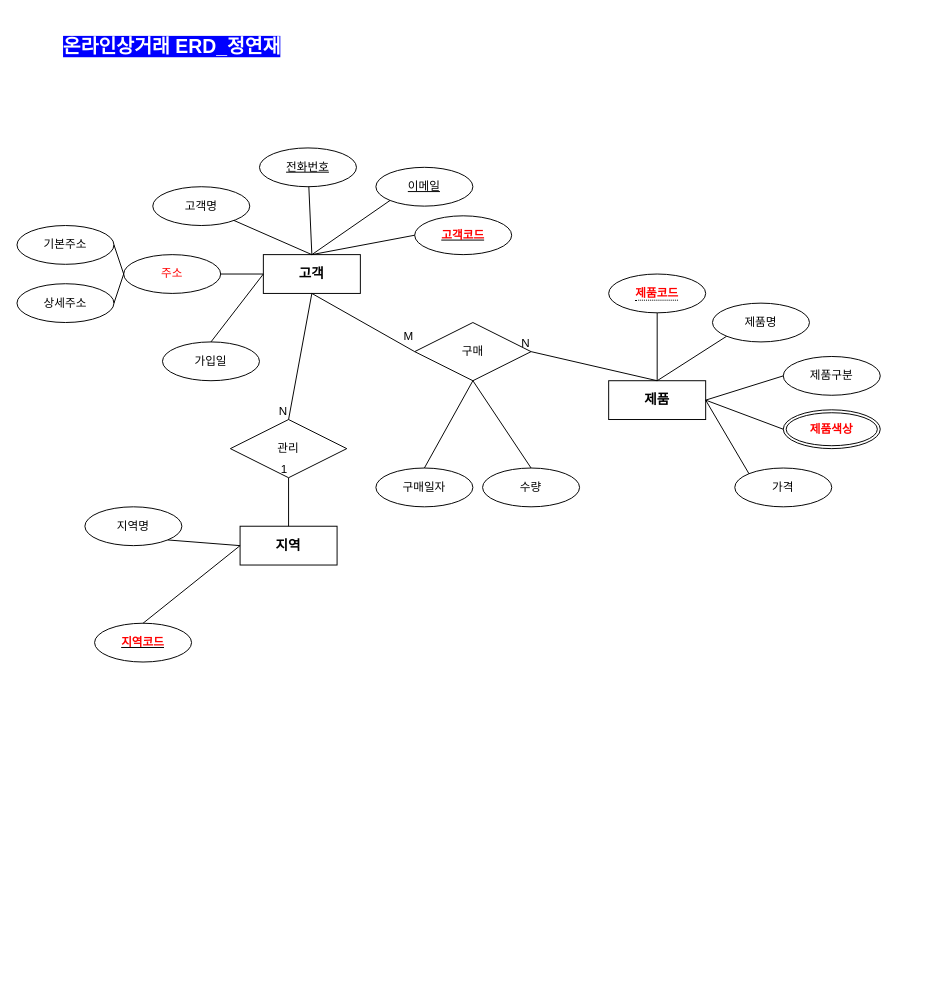
Before: product.drawio in YeonjaeMan/JavaStudy, a draw.io diagram. Source tidied: cells renumbered, new cells numbered last; positions are measured from the earlier drawing's top-left corner, leaving out a move shared by most shapes. Both pictures are drawn from the tidied source at 97%, with x=0, y=0 at pixel (16, 31).
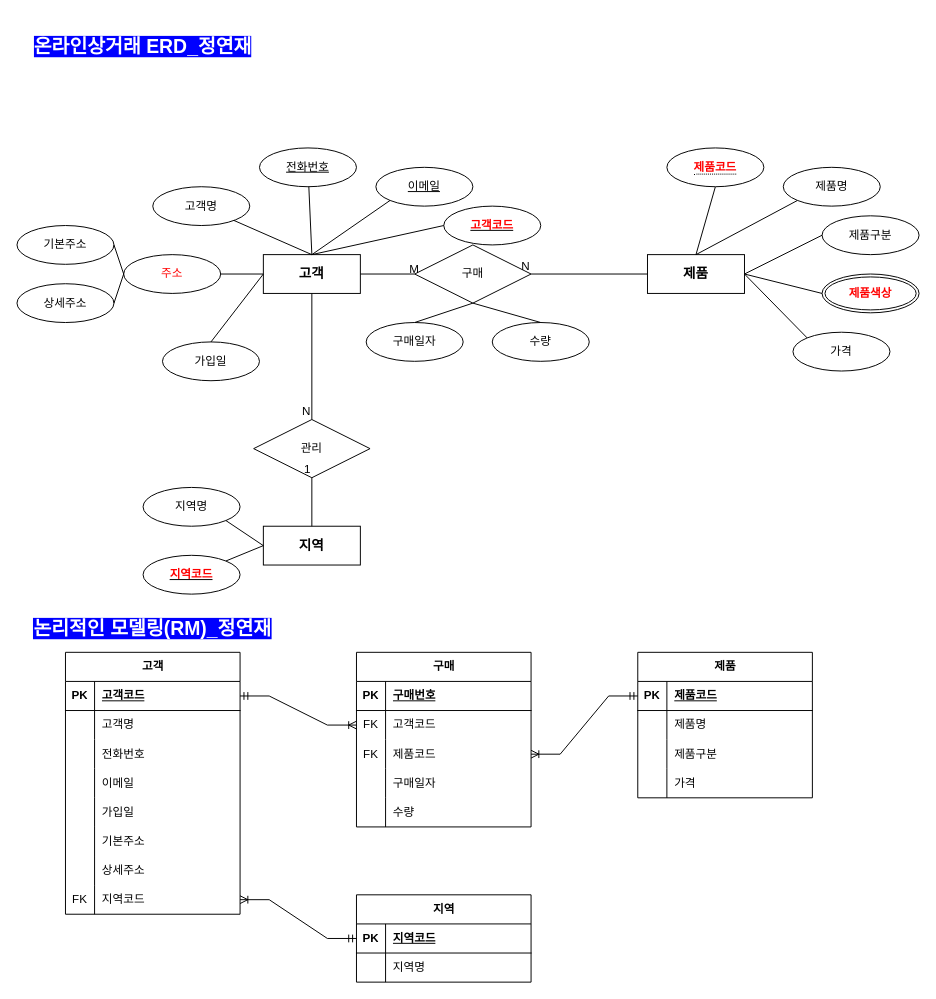
The same page after the edit.

The change refers to these unchanged cells:
```xml
<mxCell id="2" value="&lt;b&gt;&lt;font style=&quot;font-size: 14px;&quot;&gt;고객&lt;/font&gt;&lt;/b&gt;" style="whiteSpace=wrap;html=1;align=center;" parent="1" vertex="1">
  <mxGeometry x="254" y="230" width="100" height="40" as="geometry" />
</mxCell>
```

Diff of the diagram source:
```diff
@@
     <mxCell id="7" value="지역명" style="ellipse;whiteSpace=wrap;html=1;align=center;" parent="1" vertex="1">
-      <mxGeometry x="70" y="490" width="100" height="40" as="geometry" />
+      <mxGeometry x="130" y="470" width="100" height="40" as="geometry" />
     </mxCell>
     <mxCell id="8" value="제품명" style="ellipse;whiteSpace=wrap;html=1;align=center;" parent="1" vertex="1">
-      <mxGeometry x="717" y="280" width="100" height="40" as="geometry" />
+      <mxGeometry x="790" y="140" width="100" height="40" as="geometry" />
     </mxCell>
     <mxCell id="9" value="제품구분" style="ellipse;whiteSpace=wrap;html=1;align=center;" parent="1" vertex="1">
-      <mxGeometry x="790" y="335" width="100" height="40" as="geometry" />
+      <mxGeometry x="830" y="190" width="100" height="40" as="geometry" />
     </mxCell>
     <mxCell id="10" value="가격" style="ellipse;whiteSpace=wrap;html=1;align=center;" parent="1" vertex="1">
-      <mxGeometry x="740" y="450" width="100" height="40" as="geometry" />
+      <mxGeometry x="800" y="310" width="100" height="40" as="geometry" />
     </mxCell>
@@
     <mxCell id="12" value="&lt;b&gt;&lt;font style=&quot;font-size: 14px;&quot;&gt;제품&lt;/font&gt;&lt;/b&gt;" style="whiteSpace=wrap;html=1;align=center;" parent="1" vertex="1">
-      <mxGeometry x="610" y="360" width="100" height="40" as="geometry" />
+      <mxGeometry x="650" y="230" width="100" height="40" as="geometry" />
     </mxCell>
     <mxCell id="13" value="&lt;b&gt;&lt;font style=&quot;font-size: 14px;&quot;&gt;지역&lt;/font&gt;&lt;/b&gt;" style="whiteSpace=wrap;html=1;align=center;" parent="1" vertex="1">
-      <mxGeometry x="230" y="510" width="100" height="40" as="geometry" />
+      <mxGeometry x="254" y="510" width="100" height="40" as="geometry" />
     </mxCell>
@@
     <mxCell id="16" value="&lt;font color=&quot;#ff0000&quot;&gt;&lt;b&gt;고객코드&lt;/b&gt;&lt;/font&gt;" style="ellipse;whiteSpace=wrap;html=1;align=center;fontStyle=4;" parent="1" vertex="1">
-      <mxGeometry x="410" y="190" width="100" height="40" as="geometry" />
+      <mxGeometry x="440" y="180" width="100" height="40" as="geometry" />
     </mxCell>
     <mxCell id="17" value="&lt;font color=&quot;#ff0000&quot;&gt;&lt;b&gt;지역코드&lt;/b&gt;&lt;/font&gt;" style="ellipse;whiteSpace=wrap;html=1;align=center;fontStyle=4;" parent="1" vertex="1">
-      <mxGeometry x="80" y="610" width="100" height="40" as="geometry" />
+      <mxGeometry x="130" y="540" width="100" height="40" as="geometry" />
     </mxCell>
     <mxCell id="18" value="&lt;font color=&quot;#ff0000&quot;&gt;&lt;b&gt;제품색상&lt;/b&gt;&lt;/font&gt;" style="ellipse;shape=doubleEllipse;margin=3;whiteSpace=wrap;html=1;align=center;" parent="1" vertex="1">
-      <mxGeometry x="790" y="390" width="100" height="40" as="geometry" />
+      <mxGeometry x="830" y="250" width="100" height="40" as="geometry" />
     </mxCell>
@@
-    <mxCell id="28" style="endArrow=none;html=1;rounded=0;entryX=0;entryY=0.5;entryDx=0;entryDy=0;exitX=0.5;exitY=0;exitDx=0;exitDy=0;" parent="1" edge="1" source="17" target="13">
+    <mxCell id="28" style="endArrow=none;html=1;rounded=0;entryX=0;entryY=0.5;entryDx=0;entryDy=0;exitX=1;exitY=0;exitDx=0;exitDy=0;" parent="1" edge="1" source="17" target="13">
       <mxGeometry relative="1" as="geometry" />
     </mxCell>
@@
     <mxCell id="34" value="&lt;span style=&quot;border-bottom: 1px dotted&quot;&gt;&lt;font color=&quot;#ff0000&quot;&gt;&lt;b&gt;제품코드&lt;/b&gt;&lt;/font&gt;&lt;/span&gt;" style="ellipse;whiteSpace=wrap;html=1;align=center;" parent="1" vertex="1">
-      <mxGeometry x="610" y="250" width="100" height="40" as="geometry" />
+      <mxGeometry x="670" y="120" width="100" height="40" as="geometry" />
     </mxCell>
     <mxCell id="35" value="관리" style="shape=rhombus;perimeter=rhombusPerimeter;whiteSpace=wrap;html=1;align=center;" parent="1" vertex="1">
-      <mxGeometry x="220" y="400" width="120" height="60" as="geometry" />
+      <mxGeometry x="244" y="400" width="120" height="60" as="geometry" />
     </mxCell>
     <mxCell id="36" value="구매" style="shape=rhombus;perimeter=rhombusPerimeter;whiteSpace=wrap;html=1;align=center;" parent="1" vertex="1">
-      <mxGeometry x="410" y="300" width="120" height="60" as="geometry" />
+      <mxGeometry x="410" y="220" width="120" height="60" as="geometry" />
     </mxCell>
     <mxCell id="37" value="수량" style="ellipse;whiteSpace=wrap;html=1;align=center;" parent="1" vertex="1">
-      <mxGeometry x="480" y="450" width="100" height="40" as="geometry" />
+      <mxGeometry x="490" y="300" width="100" height="40" as="geometry" />
     </mxCell>
     <mxCell id="38" value="구매일자" style="ellipse;whiteSpace=wrap;html=1;align=center;" parent="1" vertex="1">
-      <mxGeometry x="370" y="450" width="100" height="40" as="geometry" />
+      <mxGeometry x="360" y="300" width="100" height="40" as="geometry" />
     </mxCell>
@@
-    <mxCell id="45" style="endArrow=none;html=1;rounded=0;entryX=1;entryY=0.5;entryDx=0;entryDy=0;exitX=0.5;exitY=0;exitDx=0;exitDy=0;" parent="1" edge="1" source="12" target="36">
+    <mxCell id="45" style="endArrow=none;html=1;rounded=0;entryX=1;entryY=0.5;entryDx=0;entryDy=0;exitX=0;exitY=0.5;exitDx=0;exitDy=0;" parent="1" edge="1" source="12" target="36">
       <mxGeometry relative="1" as="geometry" />
     </mxCell>
@@
-    <mxCell id="47" style="endArrow=none;html=1;rounded=0;entryX=0;entryY=0.5;entryDx=0;entryDy=0;exitX=0.5;exitY=1;exitDx=0;exitDy=0;" parent="1" edge="1" source="2" target="36">
+    <mxCell id="47" style="endArrow=none;html=1;rounded=0;entryX=0;entryY=0.5;entryDx=0;entryDy=0;exitX=1;exitY=0.5;exitDx=0;exitDy=0;" parent="1" edge="1" source="2" target="36">
       <mxGeometry relative="1" as="geometry" />
     </mxCell>
     <mxCell id="48" value="M" style="text;html=1;strokeColor=none;fillColor=none;align=center;verticalAlign=middle;whiteSpace=wrap;rounded=0;" parent="1" vertex="1">
-      <mxGeometry x="374" y="300" width="60" height="30" as="geometry" />
+      <mxGeometry x="380" y="230" width="60" height="30" as="geometry" />
     </mxCell>
     <mxCell id="49" value="&lt;h1&gt;&lt;b&gt;&lt;font color=&quot;#ffffff&quot; style=&quot;font-size: 20px; background-color: rgb(0, 0, 255);&quot;&gt;온라인상거래 ERD_정연재&lt;/font&gt;&lt;/b&gt;&lt;/h1&gt;" style="text;html=1;strokeColor=none;fillColor=none;align=center;verticalAlign=middle;whiteSpace=wrap;rounded=0;" parent="1" vertex="1">
-      <mxGeometry x="30" width="260" height="30" as="geometry" />
+      <mxGeometry width="260" height="30" as="geometry" />
     </mxCell>
+    <mxCell id="50" value="고객" style="shape=table;startSize=30;childLayout=tableLayout;rowLines=0;fontStyle=1;align=center;html=1;" parent="1" vertex="1">
+      <mxGeometry x="50" y="640" width="180" height="270" as="geometry" />
+    </mxCell>
+    <mxCell id="51" style="shape=tableRow;horizontal=0;startSize=0;swimlaneHead=0;swimlaneBody=0;fillColor=none;points=[[0,0.5],[1,0.5]];portConstraint=eastwest;top=0;left=0;right=0;bottom=1;" parent="50" vertex="1">
+      <mxGeometry y="30" width="180" height="30" as="geometry" />
+    </mxCell>
+    <mxCell id="52" value="PK" style="shape=partialRectangle;fillColor=none;top=0;left=0;bottom=0;right=0;fontStyle=1;overflow=hidden;whiteSpace=wrap;html=1;" parent="51" vertex="1">
+      <mxGeometry width="30" height="30" as="geometry" />
+    </mxCell>
+    <mxCell id="53" value="고객코드" style="shape=partialRectangle;fillColor=none;top=0;left=0;bottom=0;right=0;align=left;spacingLeft=6;fontStyle=5;overflow=hidden;whiteSpace=wrap;html=1;" parent="51" vertex="1">
+      <mxGeometry x="30" width="150" height="30" as="geometry" />
+    </mxCell>
+    <mxCell id="54" style="shape=tableRow;horizontal=0;startSize=0;swimlaneHead=0;swimlaneBody=0;fillColor=none;top=0;left=0;right=0;bottom=0;" parent="50" vertex="1">
+      <mxGeometry y="60" width="180" height="30" as="geometry" />
+    </mxCell>
+    <mxCell id="55" style="shape=partialRectangle;fillColor=none;top=0;left=0;bottom=0;right=0;overflow=hidden;whiteSpace=wrap;html=1;" parent="54" vertex="1">
+      <mxGeometry width="30" height="30" as="geometry" />
+    </mxCell>
+    <mxCell id="56" value="고객명" style="shape=partialRectangle;fillColor=none;top=0;left=0;bottom=0;right=0;align=left;spacingLeft=6;overflow=hidden;whiteSpace=wrap;html=1;" parent="54" vertex="1">
+      <mxGeometry x="30" width="150" height="30" as="geometry" />
+    </mxCell>
+    <mxCell id="57" style="shape=tableRow;horizontal=0;startSize=0;swimlaneHead=0;swimlaneBody=0;fillColor=none;top=0;left=0;right=0;bottom=0;" parent="50" vertex="1">
+      <mxGeometry y="90" width="180" height="30" as="geometry" />
+    </mxCell>
+    <mxCell id="58" style="shape=partialRectangle;fillColor=none;top=0;left=0;bottom=0;right=0;overflow=hidden;whiteSpace=wrap;html=1;" parent="57" vertex="1">
+      <mxGeometry width="30" height="30" as="geometry" />
+    </mxCell>
+    <mxCell id="59" value="전화번호" style="shape=partialRectangle;fillColor=none;top=0;left=0;bottom=0;right=0;align=left;spacingLeft=6;overflow=hidden;whiteSpace=wrap;html=1;" parent="57" vertex="1">
+      <mxGeometry x="30" width="150" height="30" as="geometry" />
+    </mxCell>
+    <mxCell id="60" style="shape=tableRow;horizontal=0;startSize=0;swimlaneHead=0;swimlaneBody=0;fillColor=none;top=0;left=0;right=0;bottom=0;" parent="50" vertex="1">
+      <mxGeometry y="120" width="180" height="30" as="geometry" />
+    </mxCell>
+    <mxCell id="61" style="shape=partialRectangle;fillColor=none;top=0;left=0;bottom=0;right=0;overflow=hidden;whiteSpace=wrap;html=1;" parent="60" vertex="1">
+      <mxGeometry width="30" height="30" as="geometry" />
+    </mxCell>
+    <mxCell id="62" value="이메일" style="shape=partialRectangle;fillColor=none;top=0;left=0;bottom=0;right=0;align=left;spacingLeft=6;overflow=hidden;whiteSpace=wrap;html=1;" parent="60" vertex="1">
+      <mxGeometry x="30" width="150" height="30" as="geometry" />
+    </mxCell>
+    <mxCell id="63" style="shape=tableRow;horizontal=0;startSize=0;swimlaneHead=0;swimlaneBody=0;fillColor=none;top=0;left=0;right=0;bottom=0;" parent="50" vertex="1">
+      <mxGeometry y="150" width="180" height="30" as="geometry" />
+    </mxCell>
+    <mxCell id="64" style="shape=partialRectangle;fillColor=none;top=0;left=0;bottom=0;right=0;overflow=hidden;whiteSpace=wrap;html=1;" parent="63" vertex="1">
+      <mxGeometry width="30" height="30" as="geometry" />
+    </mxCell>
+    <mxCell id="65" value="가입일" style="shape=partialRectangle;fillColor=none;top=0;left=0;bottom=0;right=0;align=left;spacingLeft=6;overflow=hidden;whiteSpace=wrap;html=1;" parent="63" vertex="1">
+      <mxGeometry x="30" width="150" height="30" as="geometry" />
+    </mxCell>
+    <mxCell id="66" style="shape=tableRow;horizontal=0;startSize=0;swimlaneHead=0;swimlaneBody=0;fillColor=none;top=0;left=0;right=0;bottom=0;" parent="50" vertex="1">
+      <mxGeometry y="180" width="180" height="30" as="geometry" />
+    </mxCell>
+    <mxCell id="67" style="shape=partialRectangle;fillColor=none;top=0;left=0;bottom=0;right=0;overflow=hidden;whiteSpace=wrap;html=1;" parent="66" vertex="1">
+      <mxGeometry width="30" height="30" as="geometry" />
+    </mxCell>
+    <mxCell id="68" value="기본주소" style="shape=partialRectangle;fillColor=none;top=0;left=0;bottom=0;right=0;align=left;spacingLeft=6;overflow=hidden;whiteSpace=wrap;html=1;" parent="66" vertex="1">
+      <mxGeometry x="30" width="150" height="30" as="geometry" />
+    </mxCell>
+    <mxCell id="69" style="shape=tableRow;horizontal=0;startSize=0;swimlaneHead=0;swimlaneBody=0;fillColor=none;top=0;left=0;right=0;bottom=0;" parent="50" vertex="1">
+      <mxGeometry y="210" width="180" height="30" as="geometry" />
+    </mxCell>
+    <mxCell id="70" style="shape=partialRectangle;fillColor=none;top=0;left=0;bottom=0;right=0;overflow=hidden;whiteSpace=wrap;html=1;" parent="69" vertex="1">
+      <mxGeometry width="30" height="30" as="geometry" />
+    </mxCell>
+    <mxCell id="71" value="상세주소" style="shape=partialRectangle;fillColor=none;top=0;left=0;bottom=0;right=0;align=left;spacingLeft=6;overflow=hidden;whiteSpace=wrap;html=1;" parent="69" vertex="1">
+      <mxGeometry x="30" width="150" height="30" as="geometry" />
+    </mxCell>
+    <mxCell id="72" style="shape=tableRow;horizontal=0;startSize=0;swimlaneHead=0;swimlaneBody=0;fillColor=none;points=[[0,0.5],[1,0.5]];portConstraint=eastwest;top=0;left=0;right=0;bottom=0;" parent="50" vertex="1">
+      <mxGeometry y="240" width="180" height="30" as="geometry" />
+    </mxCell>
+    <mxCell id="73" value="FK" style="shape=partialRectangle;fillColor=none;top=0;left=0;bottom=0;right=0;overflow=hidden;whiteSpace=wrap;html=1;" parent="72" vertex="1">
+      <mxGeometry width="30" height="30" as="geometry" />
+    </mxCell>
+    <mxCell id="74" value="지역코드" style="shape=partialRectangle;fillColor=none;top=0;left=0;bottom=0;right=0;align=left;spacingLeft=6;overflow=hidden;whiteSpace=wrap;html=1;" parent="72" vertex="1">
+      <mxGeometry x="30" width="150" height="30" as="geometry" />
+    </mxCell>
+    <mxCell id="75" value="제품" style="shape=table;startSize=30;childLayout=tableLayout;rowLines=0;fontStyle=1;align=center;html=1;" parent="1" vertex="1">
+      <mxGeometry x="640" y="640" width="180" height="150" as="geometry" />
+    </mxCell>
+    <mxCell id="76" style="shape=tableRow;horizontal=0;startSize=0;swimlaneHead=0;swimlaneBody=0;fillColor=none;points=[[0,0.5],[1,0.5]];portConstraint=eastwest;top=0;left=0;right=0;bottom=1;" parent="75" vertex="1">
+      <mxGeometry y="30" width="180" height="30" as="geometry" />
+    </mxCell>
+    <mxCell id="77" value="PK" style="shape=partialRectangle;fillColor=none;top=0;left=0;bottom=0;right=0;fontStyle=1;overflow=hidden;whiteSpace=wrap;html=1;" parent="76" vertex="1">
+      <mxGeometry width="30" height="30" as="geometry" />
+    </mxCell>
+    <mxCell id="78" value="제품코드" style="shape=partialRectangle;fillColor=none;top=0;left=0;bottom=0;right=0;align=left;spacingLeft=6;fontStyle=5;overflow=hidden;whiteSpace=wrap;html=1;" parent="76" vertex="1">
+      <mxGeometry x="30" width="150" height="30" as="geometry" />
+    </mxCell>
+    <mxCell id="79" style="shape=tableRow;horizontal=0;startSize=0;swimlaneHead=0;swimlaneBody=0;fillColor=none;top=0;left=0;right=0;bottom=0;" parent="75" vertex="1">
+      <mxGeometry y="60" width="180" height="30" as="geometry" />
+    </mxCell>
+    <mxCell id="80" style="shape=partialRectangle;fillColor=none;top=0;left=0;bottom=0;right=0;overflow=hidden;whiteSpace=wrap;html=1;" parent="79" vertex="1">
+      <mxGeometry width="30" height="30" as="geometry" />
+    </mxCell>
+    <mxCell id="81" value="제품명" style="shape=partialRectangle;fillColor=none;top=0;left=0;bottom=0;right=0;align=left;spacingLeft=6;overflow=hidden;whiteSpace=wrap;html=1;" parent="79" vertex="1">
+      <mxGeometry x="30" width="150" height="30" as="geometry" />
+    </mxCell>
+    <mxCell id="82" style="shape=tableRow;horizontal=0;startSize=0;swimlaneHead=0;swimlaneBody=0;fillColor=none;top=0;left=0;right=0;bottom=0;" parent="75" vertex="1">
+      <mxGeometry y="90" width="180" height="30" as="geometry" />
+    </mxCell>
+    <mxCell id="83" style="shape=partialRectangle;fillColor=none;top=0;left=0;bottom=0;right=0;overflow=hidden;whiteSpace=wrap;html=1;" parent="82" vertex="1">
+      <mxGeometry width="30" height="30" as="geometry" />
+    </mxCell>
+    <mxCell id="84" value="제품구분" style="shape=partialRectangle;fillColor=none;top=0;left=0;bottom=0;right=0;align=left;spacingLeft=6;overflow=hidden;whiteSpace=wrap;html=1;" parent="82" vertex="1">
+      <mxGeometry x="30" width="150" height="30" as="geometry" />
+    </mxCell>
+    <mxCell id="85" style="shape=tableRow;horizontal=0;startSize=0;swimlaneHead=0;swimlaneBody=0;fillColor=none;top=0;left=0;right=0;bottom=0;" parent="75" vertex="1">
+      <mxGeometry y="120" width="180" height="30" as="geometry" />
+    </mxCell>
+    <mxCell id="86" style="shape=partialRectangle;fillColor=none;top=0;left=0;bottom=0;right=0;overflow=hidden;whiteSpace=wrap;html=1;" parent="85" vertex="1">
+      <mxGeometry width="30" height="30" as="geometry" />
+    </mxCell>
+    <mxCell id="87" value="가격" style="shape=partialRectangle;fillColor=none;top=0;left=0;bottom=0;right=0;align=left;spacingLeft=6;overflow=hidden;whiteSpace=wrap;html=1;" parent="85" vertex="1">
+      <mxGeometry x="30" width="150" height="30" as="geometry" />
+    </mxCell>
+    <mxCell id="88" value="지역" style="shape=table;startSize=30;childLayout=tableLayout;rowLines=0;fontStyle=1;align=center;html=1;" parent="1" vertex="1">
+      <mxGeometry x="350" y="890" width="180" height="90" as="geometry" />
+    </mxCell>
+    <mxCell id="89" style="shape=tableRow;horizontal=0;startSize=0;swimlaneHead=0;swimlaneBody=0;fillColor=none;points=[[0,0.5],[1,0.5]];portConstraint=eastwest;top=0;left=0;right=0;bottom=1;" parent="88" vertex="1">
+      <mxGeometry y="30" width="180" height="30" as="geometry" />
+    </mxCell>
+    <mxCell id="90" value="PK" style="shape=partialRectangle;fillColor=none;top=0;left=0;bottom=0;right=0;fontStyle=1;overflow=hidden;whiteSpace=wrap;html=1;" parent="89" vertex="1">
+      <mxGeometry width="30" height="30" as="geometry" />
+    </mxCell>
+    <mxCell id="91" value="지역코드" style="shape=partialRectangle;fillColor=none;top=0;left=0;bottom=0;right=0;align=left;spacingLeft=6;fontStyle=5;overflow=hidden;whiteSpace=wrap;html=1;" parent="89" vertex="1">
+      <mxGeometry x="30" width="150" height="30" as="geometry" />
+    </mxCell>
+    <mxCell id="92" style="shape=tableRow;horizontal=0;startSize=0;swimlaneHead=0;swimlaneBody=0;fillColor=none;top=0;left=0;right=0;bottom=0;" parent="88" vertex="1">
+      <mxGeometry y="60" width="180" height="30" as="geometry" />
+    </mxCell>
+    <mxCell id="93" style="shape=partialRectangle;fillColor=none;top=0;left=0;bottom=0;right=0;overflow=hidden;whiteSpace=wrap;html=1;" parent="92" vertex="1">
+      <mxGeometry width="30" height="30" as="geometry" />
+    </mxCell>
+    <mxCell id="94" value="지역명" style="shape=partialRectangle;fillColor=none;top=0;left=0;bottom=0;right=0;align=left;spacingLeft=6;overflow=hidden;whiteSpace=wrap;html=1;" parent="92" vertex="1">
+      <mxGeometry x="30" width="150" height="30" as="geometry" />
+    </mxCell>
+    <mxCell id="95" value="구매" style="shape=table;startSize=30;childLayout=tableLayout;rowLines=0;fontStyle=1;align=center;html=1;" parent="1" vertex="1">
+      <mxGeometry x="350" y="640" width="180" height="180" as="geometry" />
+    </mxCell>
+    <mxCell id="96" style="shape=tableRow;horizontal=0;startSize=0;swimlaneHead=0;swimlaneBody=0;fillColor=none;top=0;left=0;right=0;bottom=1;" parent="95" vertex="1">
+      <mxGeometry y="30" width="180" height="30" as="geometry" />
+    </mxCell>
+    <mxCell id="97" value="PK" style="shape=partialRectangle;fillColor=none;top=0;left=0;bottom=0;right=0;fontStyle=1;overflow=hidden;whiteSpace=wrap;html=1;" parent="96" vertex="1">
+      <mxGeometry width="30" height="30" as="geometry" />
+    </mxCell>
+    <mxCell id="98" value="구매번호" style="shape=partialRectangle;fillColor=none;top=0;left=0;bottom=0;right=0;align=left;spacingLeft=6;fontStyle=5;overflow=hidden;whiteSpace=wrap;html=1;" parent="96" vertex="1">
+      <mxGeometry x="30" width="150" height="30" as="geometry" />
+    </mxCell>
+    <mxCell id="99" style="shape=tableRow;horizontal=0;startSize=0;swimlaneHead=0;swimlaneBody=0;fillColor=none;points=[[0,0.5],[1,0.5]];portConstraint=eastwest;top=0;left=0;right=0;bottom=0;" parent="95" vertex="1">
+      <mxGeometry y="60" width="180" height="30" as="geometry" />
+    </mxCell>
+    <mxCell id="100" value="FK" style="shape=partialRectangle;fillColor=none;top=0;left=0;bottom=0;right=0;overflow=hidden;whiteSpace=wrap;html=1;" parent="99" vertex="1">
+      <mxGeometry width="30" height="30" as="geometry" />
+    </mxCell>
+    <mxCell id="101" value="고객코드" style="shape=partialRectangle;fillColor=none;top=0;left=0;bottom=0;right=0;align=left;spacingLeft=6;overflow=hidden;whiteSpace=wrap;html=1;" parent="99" vertex="1">
+      <mxGeometry x="30" width="150" height="30" as="geometry" />
+    </mxCell>
+    <mxCell id="102" style="shape=tableRow;horizontal=0;startSize=0;swimlaneHead=0;swimlaneBody=0;fillColor=none;points=[[0,0.5],[1,0.5]];portConstraint=eastwest;top=0;left=0;right=0;bottom=0;" parent="95" vertex="1">
+      <mxGeometry y="90" width="180" height="30" as="geometry" />
+    </mxCell>
+    <mxCell id="103" value="FK" style="shape=partialRectangle;fillColor=none;top=0;left=0;bottom=0;right=0;overflow=hidden;whiteSpace=wrap;html=1;" parent="102" vertex="1">
+      <mxGeometry width="30" height="30" as="geometry" />
+    </mxCell>
+    <mxCell id="104" value="제품코드" style="shape=partialRectangle;fillColor=none;top=0;left=0;bottom=0;right=0;align=left;spacingLeft=6;overflow=hidden;whiteSpace=wrap;html=1;" parent="102" vertex="1">
+      <mxGeometry x="30" width="150" height="30" as="geometry" />
+    </mxCell>
+    <mxCell id="105" style="shape=tableRow;horizontal=0;startSize=0;swimlaneHead=0;swimlaneBody=0;fillColor=none;top=0;left=0;right=0;bottom=0;" parent="95" vertex="1">
+      <mxGeometry y="120" width="180" height="30" as="geometry" />
+    </mxCell>
+    <mxCell id="106" style="shape=partialRectangle;fillColor=none;top=0;left=0;bottom=0;right=0;overflow=hidden;whiteSpace=wrap;html=1;" parent="105" vertex="1">
+      <mxGeometry width="30" height="30" as="geometry" />
+    </mxCell>
+    <mxCell id="107" value="구매일자" style="shape=partialRectangle;fillColor=none;top=0;left=0;bottom=0;right=0;align=left;spacingLeft=6;overflow=hidden;whiteSpace=wrap;html=1;" parent="105" vertex="1">
+      <mxGeometry x="30" width="150" height="30" as="geometry" />
+    </mxCell>
+    <mxCell id="108" style="shape=tableRow;horizontal=0;startSize=0;swimlaneHead=0;swimlaneBody=0;fillColor=none;top=0;left=0;right=0;bottom=0;" parent="95" vertex="1">
+      <mxGeometry y="150" width="180" height="30" as="geometry" />
+    </mxCell>
+    <mxCell id="109" style="shape=partialRectangle;fillColor=none;top=0;left=0;bottom=0;right=0;overflow=hidden;whiteSpace=wrap;html=1;" parent="108" vertex="1">
+      <mxGeometry width="30" height="30" as="geometry" />
+    </mxCell>
+    <mxCell id="110" value="수량" style="shape=partialRectangle;fillColor=none;top=0;left=0;bottom=0;right=0;align=left;spacingLeft=6;overflow=hidden;whiteSpace=wrap;html=1;" parent="108" vertex="1">
+      <mxGeometry x="30" width="150" height="30" as="geometry" />
+    </mxCell>
+    <mxCell id="111" style="edgeStyle=entityRelationEdgeStyle;fontSize=12;html=1;endArrow=ERoneToMany;startArrow=ERmandOne;rounded=0;entryX=1;entryY=0.5;entryDx=0;entryDy=0;exitX=0;exitY=0.5;exitDx=0;exitDy=0;" parent="1" edge="1" source="76" target="102">
+      <mxGeometry relative="1" as="geometry" />
+    </mxCell>
+    <mxCell id="112" style="edgeStyle=entityRelationEdgeStyle;fontSize=12;html=1;endArrow=ERoneToMany;startArrow=ERmandOne;rounded=0;exitX=0;exitY=0.5;exitDx=0;exitDy=0;entryX=1;entryY=0.5;entryDx=0;entryDy=0;" parent="1" edge="1" source="89" target="72">
+      <mxGeometry relative="1" as="geometry" />
+    </mxCell>
+    <mxCell id="113" style="edgeStyle=entityRelationEdgeStyle;fontSize=12;html=1;endArrow=ERoneToMany;startArrow=ERmandOne;rounded=0;entryX=0;entryY=0.5;entryDx=0;entryDy=0;exitX=1;exitY=0.5;exitDx=0;exitDy=0;" parent="1" edge="1" source="51" target="99">
+      <mxGeometry relative="1" as="geometry" />
+    </mxCell>
+    <mxCell id="114" value="&lt;h1&gt;&lt;b&gt;&lt;font color=&quot;#ffffff&quot; style=&quot;font-size: 20px; background-color: rgb(0, 0, 255);&quot;&gt;논리적인 모델링(RM)_정연재&lt;/font&gt;&lt;/b&gt;&lt;/h1&gt;" style="text;html=1;strokeColor=none;fillColor=none;align=center;verticalAlign=middle;whiteSpace=wrap;rounded=0;" parent="1" vertex="1">
+      <mxGeometry y="600" width="280" height="30" as="geometry" />
+    </mxCell>
```
